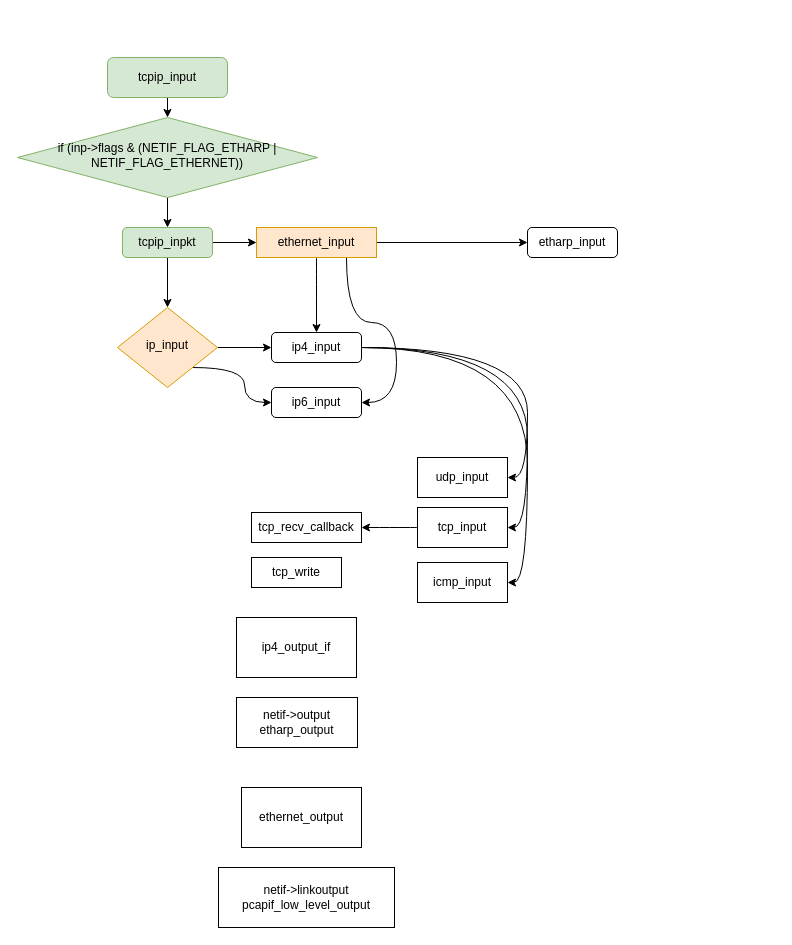
The draw.io diagram 未命名绘图.drawio in dosmlp/drawio, before the edit. Source tidied: cells renumbered, new cells numbered last; positions are measured from the earlier drawing's top-left corner, leaving out a move shared by most shapes. Both pictures are drawn from the tidied source at 100%, with x=0, y=0 at pixel (17, 57).
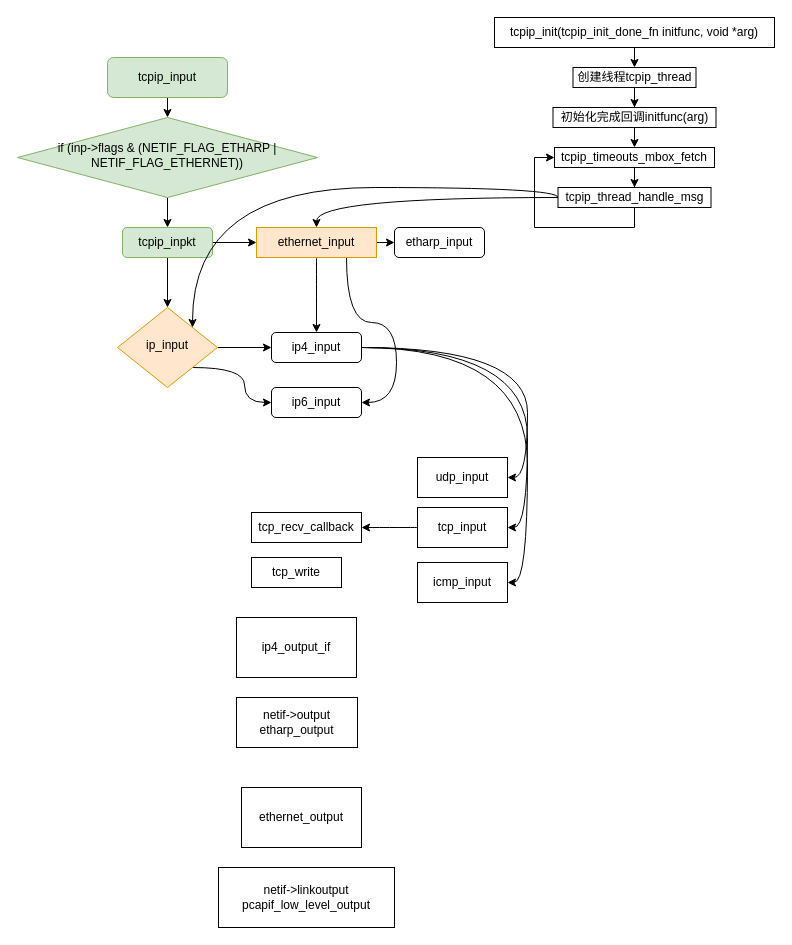
After the change.

Commit message:
添加tcpip_thead部分

The change refers to these unchanged cells:
```xml
<mxCell id="9" value="ethernet_input" style="rounded=1;whiteSpace=wrap;html=1;fontSize=12;glass=0;strokeWidth=1;shadow=0;arcSize=0;fillColor=#ffe6cc;strokeColor=#d79b00;" parent="1" vertex="1">
  <mxGeometry x="239" y="170" width="120" height="30" as="geometry" />
</mxCell>
<mxCell id="12" value="ip_input" style="rhombus;whiteSpace=wrap;html=1;shadow=0;fontFamily=Helvetica;fontSize=12;align=center;strokeWidth=1;spacing=6;spacingTop=-4;fillColor=#ffe6cc;strokeColor=#d79b00;" parent="1" vertex="1">
  <mxGeometry x="100" y="250" width="100" height="80" as="geometry" />
</mxCell>
```

The edit, as a diff of the source:
```diff
@@
     <mxCell id="17" value="etharp_input" style="rounded=1;whiteSpace=wrap;html=1;" parent="1" vertex="1">
-      <mxGeometry x="510" y="170" width="90" height="30" as="geometry" />
+      <mxGeometry x="377" y="170" width="90" height="30" as="geometry" />
     </mxCell>
@@
+    <mxCell id="32" style="edgeStyle=orthogonalEdgeStyle;rounded=0;jettySize=auto;html=1;exitX=0.5;exitY=1;exitDx=0;exitDy=0;entryX=0.5;entryY=0;entryDx=0;entryDy=0;" parent="1" edge="1" source="33" target="35">
+      <mxGeometry relative="1" as="geometry" />
+    </mxCell>
+    <mxCell id="33" value="tcpip_init(tcpip_init_done_fn initfunc, void *arg)" style="rounded=0;whiteSpace=wrap;html=1;" parent="1" vertex="1">
+      <mxGeometry x="477" y="-40" width="280" height="30" as="geometry" />
+    </mxCell>
+    <mxCell id="34" style="edgeStyle=orthogonalEdgeStyle;rounded=0;jettySize=auto;html=1;exitX=0.5;exitY=1;exitDx=0;exitDy=0;" parent="1" edge="1" source="35" target="39">
+      <mxGeometry relative="1" as="geometry" />
+    </mxCell>
+    <mxCell id="35" value="创建线程tcpip_thread" style="rounded=0;whiteSpace=wrap;html=1;" parent="1" vertex="1">
+      <mxGeometry x="555.5" y="10" width="123" height="20" as="geometry" />
+    </mxCell>
+    <mxCell id="36" style="edgeStyle=orthogonalEdgeStyle;rounded=0;jettySize=auto;html=1;exitX=0.5;exitY=1;exitDx=0;exitDy=0;" parent="1" edge="1" source="37" target="43">
+      <mxGeometry relative="1" as="geometry" />
+    </mxCell>
+    <mxCell id="37" value="tcpip_timeouts_mbox_fetch" style="rounded=0;whiteSpace=wrap;html=1;" parent="1" vertex="1">
+      <mxGeometry x="537" y="90" width="160" height="20" as="geometry" />
+    </mxCell>
+    <mxCell id="38" style="edgeStyle=orthogonalEdgeStyle;rounded=0;jettySize=auto;html=1;exitX=0.5;exitY=1;exitDx=0;exitDy=0;entryX=0.5;entryY=0;entryDx=0;entryDy=0;" parent="1" edge="1" source="39" target="37">
+      <mxGeometry relative="1" as="geometry" />
+    </mxCell>
+    <mxCell id="39" value="初始化完成回调initfunc(arg)" style="rounded=0;whiteSpace=wrap;html=1;" parent="1" vertex="1">
+      <mxGeometry x="535.5" y="50" width="163" height="20" as="geometry" />
+    </mxCell>
+    <mxCell id="40" style="edgeStyle=orthogonalEdgeStyle;rounded=0;jettySize=auto;html=1;exitX=0.5;exitY=1;exitDx=0;exitDy=0;entryX=0;entryY=0.5;entryDx=0;entryDy=0;" parent="1" edge="1" source="43" target="37">
+      <mxGeometry relative="1" as="geometry" />
+    </mxCell>
+    <mxCell id="41" style="edgeStyle=orthogonalEdgeStyle;rounded=0;jettySize=auto;html=1;exitX=0;exitY=0.5;exitDx=0;exitDy=0;entryX=0.5;entryY=0;entryDx=0;entryDy=0;curved=1;" parent="1" edge="1" source="43" target="9">
+      <mxGeometry relative="1" as="geometry" />
+    </mxCell>
+    <mxCell id="42" style="edgeStyle=orthogonalEdgeStyle;rounded=0;jettySize=auto;html=1;exitX=0;exitY=0.5;exitDx=0;exitDy=0;entryX=1;entryY=0;entryDx=0;entryDy=0;curved=1;" parent="1" edge="1" source="43" target="12">
+      <mxGeometry relative="1" as="geometry">
+        <Array as="points">
+          <mxPoint x="541" y="130" />
+          <mxPoint x="175" y="130" />
+        </Array>
+      </mxGeometry>
+    </mxCell>
+    <mxCell id="43" value="tcpip_thread_handle_msg" style="rounded=0;whiteSpace=wrap;html=1;" parent="1" vertex="1">
+      <mxGeometry x="540.5" y="130" width="153" height="20" as="geometry" />
+    </mxCell>
```
